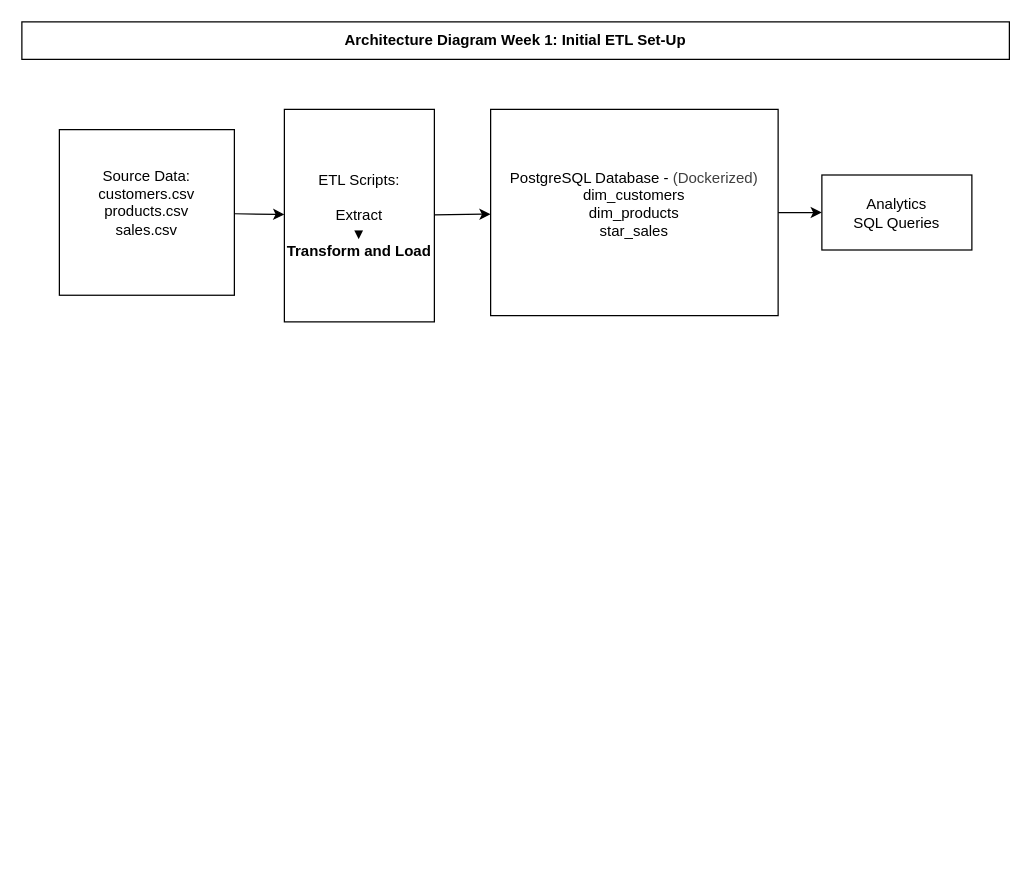
Earlier version of the draw.io diagram Project_1/models/P1_Architecture.drawio (rjayaragon/git-datacrunch). Source tidied: cells renumbered, new cells numbered last; positions are measured from the earlier drawing's top-left corner, leaving out a move shared by most shapes. Both pictures are drawn from the tidied source at 125%, with x=0, y=0 at pixel (21, 21).
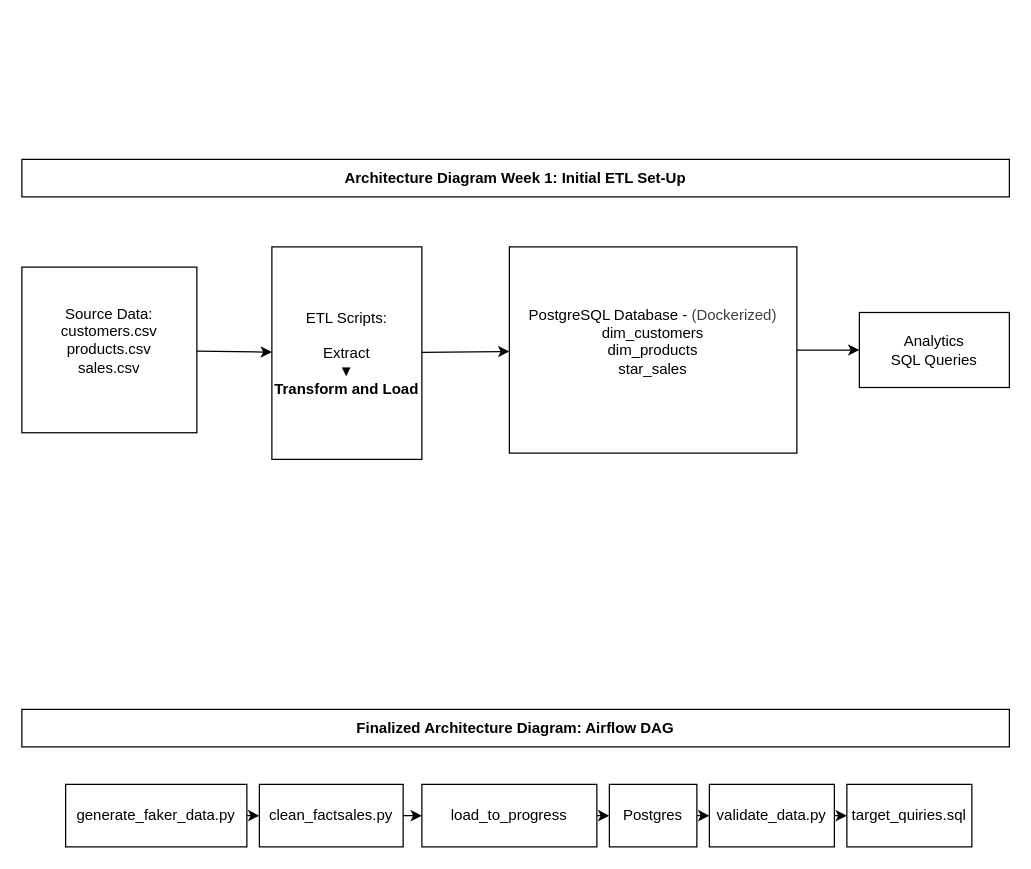
The same page after the edit.

Commit message:
Finalized DAG Architecture.

Change to the diagram source:
```diff
@@
     <mxCell id="2" value="&lt;div&gt;&lt;font color=&quot;#000000&quot;&gt;Architecture Diagram Week 1: Initial ETL Set-Up&lt;/font&gt;&lt;/div&gt;" style="rounded=0;whiteSpace=wrap;html=1;align=center;fontStyle=1;" parent="1" vertex="1">
-      <mxGeometry width="790" height="30" as="geometry" />
+      <mxGeometry y="110" width="790" height="30" as="geometry" />
     </mxCell>
@@
     <mxCell id="4" value="Source Data:&lt;div&gt;customers.csv&lt;/div&gt;&lt;div&gt;products.csv&lt;/div&gt;&lt;div&gt;sales.csv&lt;/div&gt;&lt;div&gt;&lt;br&gt;&lt;/div&gt;" style="rounded=0;whiteSpace=wrap;html=1;" parent="1" vertex="1">
-      <mxGeometry x="30" y="86.2" width="140" height="132.5" as="geometry" />
+      <mxGeometry y="196.2" width="140" height="132.5" as="geometry" />
     </mxCell>
@@
     <mxCell id="6" value="ETL Scripts:&lt;div&gt;&lt;font color=&quot;#000000&quot;&gt;&lt;br&gt;&lt;/font&gt;Extract&lt;div&gt;&lt;font&gt;▼&lt;br&gt;&lt;/font&gt;&lt;b&gt;Transform and&amp;nbsp;&lt;/b&gt;&lt;b style=&quot;background-color: transparent;&quot;&gt;Load&lt;/b&gt;&lt;/div&gt;&lt;/div&gt;" style="whiteSpace=wrap;html=1;rounded=0;" parent="1" vertex="1">
-      <mxGeometry x="210" y="70" width="120" height="170" as="geometry" />
+      <mxGeometry x="200" y="180" width="120" height="170" as="geometry" />
     </mxCell>
@@
     <mxCell id="8" value="&lt;div&gt;&lt;font color=&quot;#000000&quot;&gt;PostgreSQL Database -&amp;nbsp;&lt;/font&gt;&lt;span style=&quot;color: rgb(63, 63, 63); background-color: transparent;&quot;&gt;(Dockerized)&lt;/span&gt;&lt;/div&gt;&lt;div&gt;dim_customers&lt;/div&gt;&lt;div&gt;dim_products&lt;/div&gt;&lt;div&gt;star_sales&lt;br&gt;&lt;br&gt;&lt;/div&gt;" style="whiteSpace=wrap;html=1;rounded=0;" parent="1" vertex="1">
-      <mxGeometry x="375" y="70" width="230" height="165" as="geometry" />
+      <mxGeometry x="390" y="180" width="230" height="165" as="geometry" />
     </mxCell>
     <mxCell id="9" value="Analytics&lt;br&gt;SQL Queries" style="whiteSpace=wrap;html=1;rounded=0;" parent="1" vertex="1">
-      <mxGeometry x="640" y="122.5" width="120" height="60" as="geometry" />
+      <mxGeometry x="670" y="232.5" width="120" height="60" as="geometry" />
     </mxCell>
+    <mxCell id="10" value="Finalized Architecture Diagram: Airflow DAG" style="rounded=0;whiteSpace=wrap;html=1;align=center;fontStyle=1;" parent="1" vertex="1">
+      <mxGeometry y="550" width="790" height="30" as="geometry" />
+    </mxCell>
+    <mxCell id="11" style="edgeStyle=none;html=1;exitX=1;exitY=0.5;exitDx=0;exitDy=0;entryX=0;entryY=0.5;entryDx=0;entryDy=0;" parent="1" edge="1" source="12" target="14">
+      <mxGeometry relative="1" as="geometry" />
+    </mxCell>
+    <mxCell id="12" value="&lt;div&gt;generate_faker_data.py&lt;/div&gt;" style="rounded=0;whiteSpace=wrap;html=1;" parent="1" vertex="1">
+      <mxGeometry x="35" y="610" width="145" height="50" as="geometry" />
+    </mxCell>
+    <mxCell id="13" style="edgeStyle=none;html=1;exitX=1;exitY=0.5;exitDx=0;exitDy=0;entryX=0;entryY=0.5;entryDx=0;entryDy=0;" parent="1" edge="1" source="14" target="16">
+      <mxGeometry relative="1" as="geometry" />
+    </mxCell>
+    <mxCell id="14" value="&lt;div&gt;clean_factsales.py&lt;/div&gt;" style="rounded=0;whiteSpace=wrap;html=1;" parent="1" vertex="1">
+      <mxGeometry x="190" y="610" width="115" height="50" as="geometry" />
+    </mxCell>
+    <mxCell id="15" style="edgeStyle=none;html=1;exitX=1;exitY=0.5;exitDx=0;exitDy=0;" parent="1" edge="1" source="16" target="18">
+      <mxGeometry relative="1" as="geometry" />
+    </mxCell>
+    <mxCell id="16" value="&lt;div&gt;load_to_progress&lt;/div&gt;" style="rounded=0;whiteSpace=wrap;html=1;" parent="1" vertex="1">
+      <mxGeometry x="320" y="610" width="140" height="50" as="geometry" />
+    </mxCell>
+    <mxCell id="17" style="edgeStyle=none;html=1;exitX=1;exitY=0.5;exitDx=0;exitDy=0;entryX=0;entryY=0.5;entryDx=0;entryDy=0;" parent="1" edge="1" source="18" target="20">
+      <mxGeometry relative="1" as="geometry" />
+    </mxCell>
+    <mxCell id="18" value="&lt;div&gt;Postgres&lt;/div&gt;" style="rounded=0;whiteSpace=wrap;html=1;" parent="1" vertex="1">
+      <mxGeometry x="470" y="610" width="70" height="50" as="geometry" />
+    </mxCell>
+    <mxCell id="19" style="edgeStyle=none;html=1;" parent="1" edge="1" source="20" target="21">
+      <mxGeometry relative="1" as="geometry" />
+    </mxCell>
+    <mxCell id="20" value="&lt;div&gt;validate_data.py&lt;/div&gt;" style="rounded=0;whiteSpace=wrap;html=1;" parent="1" vertex="1">
+      <mxGeometry x="550" y="610" width="100" height="50" as="geometry" />
+    </mxCell>
+    <mxCell id="21" value="&lt;div&gt;target_quiries.sql&lt;/div&gt;" style="rounded=0;whiteSpace=wrap;html=1;" parent="1" vertex="1">
+      <mxGeometry x="660" y="610" width="100" height="50" as="geometry" />
+    </mxCell>
```
